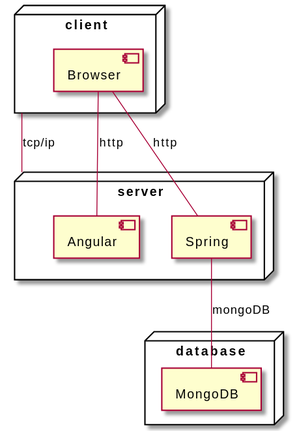
Above: docs/diagrams/out/design/deployView.svg in x-USantaTecla-project-ustUML/requirements (PlantUML), before the change.
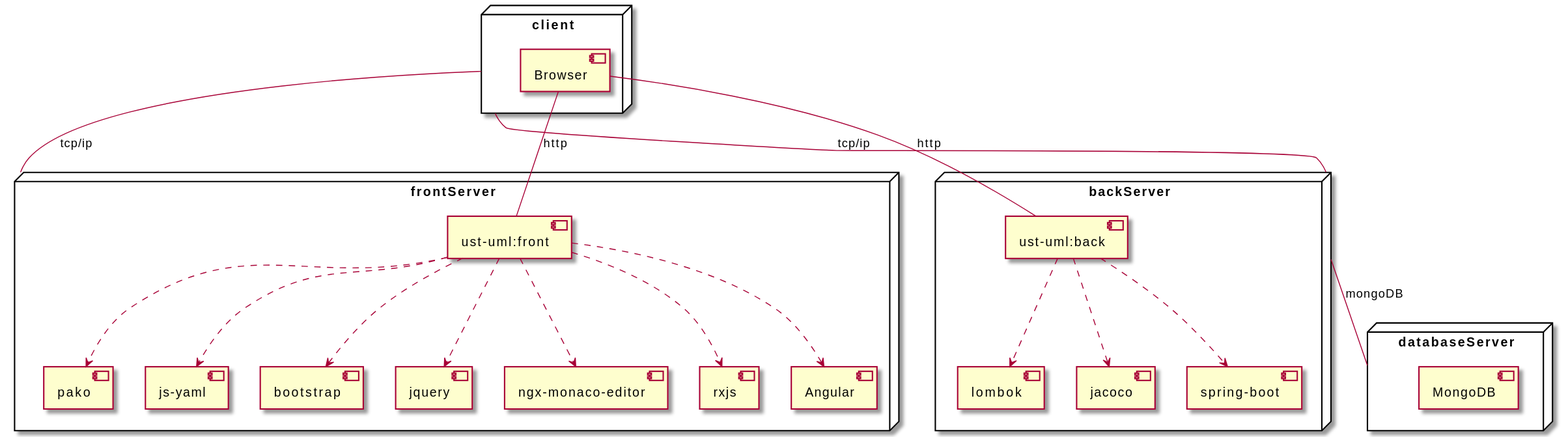
After the commit.

Commit message:
Changed deploy view

What changed in the source:
```diff
@@ -3,17 +3,42 @@
     component Browser
 }
 
-node server {
+node frontServer {
+    component front as "ust-uml:front"
     component Angular
-    component Spring
+    component pako
+    component yaml as "js-yaml"
+    component bootstrap
+    component jquery
+    component monaco as "ngx-monaco-editor"
+    component rxjs
 }
 
-node database {
+node backServer {
+    component back as "ust-uml:back"
+    component spring as "spring-boot"
+    component lombok
+    component jacoco
+}
+
+front .down.> Angular
+front .down.> pako
+front .down.> yaml
+front .down.> bootstrap
+front .down.> jquery
+front .down.> monaco
+front .down.> rxjs
+back .down.> spring
+back .down.> lombok
+back .down.> jacoco
+
+node databaseServer {
     component MongoDB
 }
 
-client -down- server: tcp/ip
-Browser -down- Spring: http
-Browser -down- Angular: http
-Spring -down- MongoDB: mongoDB
+client -down- backServer: tcp/ip
+client -down- frontServer: tcp/ip
+Browser -down- back: http
+Browser -down- front: http
+backServer -down- databaseServer: mongoDB
 @enduml
```
